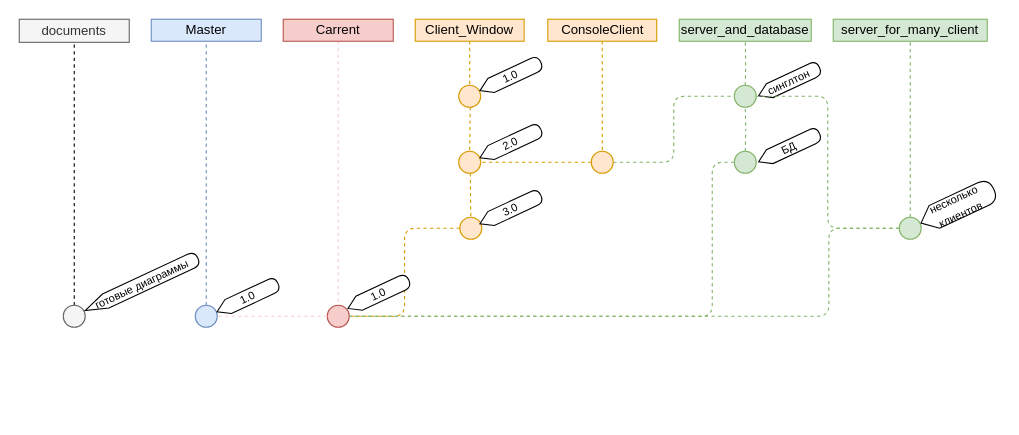
Earlier version of the draw.io diagram Gitflow диаграмма.drawio (Mark-Lender-241-3211/MyTeamProject). Source tidied: cells renumbered, new cells numbered last; positions are measured from the earlier drawing's top-left corner, leaving out a move shared by most shapes. Both pictures are drawn from the tidied source at 110%, with x=0, y=0 at pixel (19, 19).
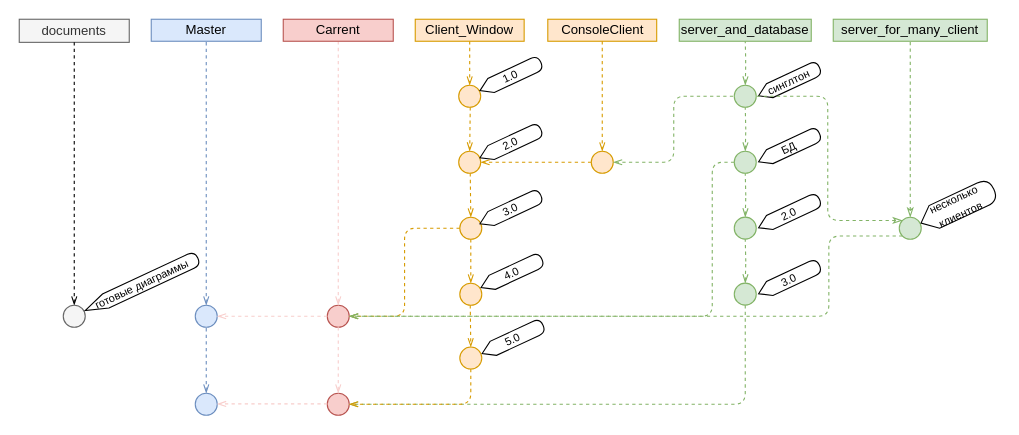
Above is the later version.

Unchanged cells that the change refers to:
```xml
<mxCell id="3" style="ellipse;whiteSpace=wrap;html=1;fillColor=#dae8fc;strokeColor=#6c8ebf;fontStyle=1;labelPosition=right;verticalLabelPosition=top;align=center;verticalAlign=bottom;fontColor=#0066CC;" parent="1" vertex="1">
  <mxGeometry x="160" y="260" width="20" height="20" as="geometry" />
</mxCell>
<mxCell id="4" value="Master" style="text;html=1;strokeColor=#6c8ebf;fillColor=#dae8fc;align=center;verticalAlign=middle;whiteSpace=wrap;rounded=0;" parent="1" vertex="1">
  <mxGeometry x="120" width="100" height="20" as="geometry" />
</mxCell>
<mxCell id="5" style="ellipse;whiteSpace=wrap;html=1;fillColor=#f8cecc;strokeColor=#b85450;" parent="1" vertex="1">
  <mxGeometry x="280" y="260" width="20" height="20" as="geometry" />
</mxCell>
<mxCell id="7" value="Carrent" style="text;html=1;strokeColor=#b85450;fillColor=#f8cecc;align=center;verticalAlign=middle;whiteSpace=wrap;rounded=0;" parent="1" vertex="1">
  <mxGeometry x="240" width="100" height="20" as="geometry" />
</mxCell>
<mxCell id="9" value="server_and_database" style="text;html=1;strokeColor=#82b366;fillColor=#d5e8d4;align=center;verticalAlign=middle;whiteSpace=wrap;rounded=0;" parent="1" vertex="1">
  <mxGeometry x="600" width="120" height="20" as="geometry" />
</mxCell>
<mxCell id="10" style="ellipse;whiteSpace=wrap;html=1;fontSize=10;labelPosition=right;verticalLabelPosition=top;align=centrt;verticalAlign=bottom;fillColor=#ffe6cc;strokeColor=#d79b00;fontColor=#FFB570;" parent="1" vertex="1">
  <mxGeometry x="399.5" y="60" width="20" height="20" as="geometry" />
</mxCell>
<mxCell id="12" value="Client_Window" style="text;html=1;strokeColor=#d79b00;fillColor=#ffe6cc;align=center;verticalAlign=middle;whiteSpace=wrap;rounded=0;fontSize=12;" parent="1" vertex="1">
  <mxGeometry x="360" width="99" height="20" as="geometry" />
</mxCell>
<mxCell id="13" value="server_for_many_client" style="text;html=1;strokeColor=#82b366;fillColor=#d5e8d4;align=center;verticalAlign=middle;whiteSpace=wrap;rounded=0;" parent="1" vertex="1">
  <mxGeometry x="740" width="140" height="20" as="geometry" />
</mxCell>
<mxCell id="14" value="documents" style="text;html=1;strokeColor=#666666;fillColor=#f5f5f5;align=center;verticalAlign=middle;whiteSpace=wrap;rounded=0;fontColor=#333333;" parent="1" vertex="1">
  <mxGeometry width="100" height="21" as="geometry" />
</mxCell>
<mxCell id="15" value="ConsoleClient" style="text;html=1;strokeColor=#d79b00;fillColor=#ffe6cc;align=center;verticalAlign=middle;whiteSpace=wrap;rounded=0;fontSize=12;" parent="1" vertex="1">
  <mxGeometry x="480.5" width="99" height="20" as="geometry" />
</mxCell>
<mxCell id="17" style="ellipse;whiteSpace=wrap;html=1;fontSize=10;fontColor=#333333;fillColor=#f5f5f5;strokeColor=#666666;" parent="1" vertex="1">
  <mxGeometry x="40" y="260" width="20" height="20" as="geometry" />
</mxCell>
<mxCell id="18" style="ellipse;whiteSpace=wrap;html=1;fontSize=10;labelPosition=right;verticalLabelPosition=top;align=center;verticalAlign=bottom;fillColor=#ffe6cc;strokeColor=#d79b00;fontColor=#FFB570;" parent="1" vertex="1">
  <mxGeometry x="520" y="120" width="20" height="20" as="geometry" />
</mxCell>
<mxCell id="21" style="ellipse;whiteSpace=wrap;html=1;fontSize=10;labelPosition=right;verticalLabelPosition=top;align=center;verticalAlign=bottom;fillColor=#d5e8d4;strokeColor=#82b366;fontColor=#82b366;" parent="1" vertex="1">
  <mxGeometry x="650" y="60" width="20" height="20" as="geometry" />
</mxCell>
<mxCell id="22" style="ellipse;whiteSpace=wrap;html=1;fontSize=10;labelPosition=right;verticalLabelPosition=top;align=center;verticalAlign=bottom;fillColor=#d5e8d4;strokeColor=#82b366;fontColor=#82b366;" parent="1" vertex="1">
  <mxGeometry x="800" y="180" width="20" height="20" as="geometry" />
</mxCell>
<mxCell id="25" style="ellipse;whiteSpace=wrap;html=1;fontSize=10;labelPosition=right;verticalLabelPosition=top;align=centrt;verticalAlign=bottom;fillColor=#ffe6cc;strokeColor=#d79b00;fontColor=#FFB570;" parent="1" vertex="1">
  <mxGeometry x="399.5" y="120" width="20" height="20" as="geometry" />
</mxCell>
<mxCell id="27" style="ellipse;whiteSpace=wrap;html=1;fontSize=10;labelPosition=right;verticalLabelPosition=top;align=centrt;verticalAlign=bottom;fillColor=#ffe6cc;strokeColor=#d79b00;fontColor=#FFB570;" parent="1" vertex="1">
  <mxGeometry x="400.5" y="180" width="20" height="20" as="geometry" />
</mxCell>
<mxCell id="32" style="ellipse;whiteSpace=wrap;html=1;fontSize=10;labelPosition=right;verticalLabelPosition=top;align=center;verticalAlign=bottom;fillColor=#d5e8d4;strokeColor=#82b366;fontColor=#82b366;" parent="1" vertex="1">
  <mxGeometry x="650" y="120" width="20" height="20" as="geometry" />
</mxCell>
```

Diff of the diagram source:
```diff
@@
-    <mxCell id="2" style="endArrow=none;dashed=1;html=1;fillColor=#dae8fc;strokeColor=#6c8ebf;exitX=0.5;exitY=0;exitDx=0;exitDy=0;" parent="1" edge="1" source="3" target="4">
+    <mxCell id="2" style="endArrow=none;dashed=1;html=1;fillColor=#dae8fc;strokeColor=#6c8ebf;exitX=0.5;exitY=0;exitDx=0;exitDy=0;endFill=0;startArrow=openThin;startFill=0;" parent="1" edge="1" source="3" target="4">
       <mxGeometry relative="1" as="geometry" />
     </mxCell>
@@
-    <mxCell id="6" style="endArrow=none;dashed=1;html=1;fillColor=#dae8fc;strokeColor=#f8cecc;exitX=0.5;exitY=1;exitDx=0;exitDy=0;" parent="1" edge="1" source="7" target="5">
+    <mxCell id="6" style="endArrow=openThin;dashed=1;html=1;fillColor=#dae8fc;strokeColor=#f8cecc;exitX=0.5;exitY=1;exitDx=0;exitDy=0;endFill=0;" parent="1" edge="1" source="7" target="5">
       <mxGeometry relative="1" as="geometry" />
     </mxCell>
@@
-    <mxCell id="8" style="edgeStyle=orthogonalEdgeStyle;rounded=1;jettySize=auto;html=1;dashed=1;endArrow=none;endFill=0;fillColor=#d5e8d4;strokeColor=#82b366;" parent="1" edge="1" target="9">
+    <mxCell id="8" style="edgeStyle=orthogonalEdgeStyle;rounded=1;jettySize=auto;html=1;dashed=1;endArrow=none;endFill=0;fillColor=#d5e8d4;strokeColor=#82b366;startFill=0;startArrow=openThin;" parent="1" edge="1" target="9">
       <mxGeometry relative="1" as="geometry">
         <mxPoint x="660" y="60" as="sourcePoint" />
       </mxGeometry>
     </mxCell>
@@
-    <mxCell id="11" style="endArrow=none;dashed=1;html=1;fillColor=#dae8fc;strokeColor=#d79b00;exitX=0.5;exitY=1;exitDx=0;exitDy=0;" parent="1" edge="1" source="12" target="10">
+    <mxCell id="11" style="endArrow=openThin;dashed=1;html=1;fillColor=#dae8fc;strokeColor=#d79b00;exitX=0.5;exitY=1;exitDx=0;exitDy=0;endFill=0;" parent="1" edge="1" source="12" target="10">
       <mxGeometry relative="1" as="geometry" />
     </mxCell>
@@
-    <mxCell id="16" style="edgeStyle=orthogonalEdgeStyle;rounded=1;jettySize=auto;html=1;dashed=1;endArrow=none;endFill=0;" parent="1" edge="1" source="17" target="14">
+    <mxCell id="16" style="edgeStyle=orthogonalEdgeStyle;rounded=1;jettySize=auto;html=1;dashed=1;endArrow=none;endFill=0;startArrow=openThin;startFill=0;" parent="1" edge="1" source="17" target="14">
       <mxGeometry relative="1" as="geometry" />
     </mxCell>
@@
-    <mxCell id="19" style="endArrow=none;dashed=1;html=1;fillColor=#dae8fc;strokeColor=#d79b00;exitX=0.5;exitY=1;exitDx=0;exitDy=0;" parent="1" edge="1" source="15" target="18">
+    <mxCell id="19" style="endArrow=openThin;dashed=1;html=1;fillColor=#dae8fc;strokeColor=#d79b00;exitX=0.5;exitY=1;exitDx=0;exitDy=0;endFill=0;" parent="1" edge="1" source="15" target="18">
       <mxGeometry relative="1" as="geometry" />
     </mxCell>
-    <mxCell id="20" style="edgeStyle=orthogonalEdgeStyle;rounded=1;jettySize=auto;html=1;dashed=1;endArrow=none;endFill=0;fillColor=#d5e8d4;strokeColor=#82b366;entryX=0.5;entryY=1;entryDx=0;entryDy=0;exitX=0.5;exitY=0;exitDx=0;exitDy=0;" parent="1" edge="1" source="22" target="13">
+    <mxCell id="20" style="edgeStyle=orthogonalEdgeStyle;rounded=1;jettySize=auto;html=1;dashed=1;endArrow=none;endFill=0;fillColor=#d5e8d4;strokeColor=#82b366;entryX=0.5;entryY=1;entryDx=0;entryDy=0;exitX=0.5;exitY=0;exitDx=0;exitDy=0;startArrow=classicThin;startFill=0;" parent="1" edge="1" source="22" target="13">
       <mxGeometry relative="1" as="geometry" />
     </mxCell>
@@
-    <mxCell id="26" style="endArrow=none;dashed=1;html=1;fillColor=#dae8fc;strokeColor=#d79b00;exitX=0.5;exitY=1;exitDx=0;exitDy=0;" parent="1" edge="1" target="25">
+    <mxCell id="26" style="endArrow=openThin;dashed=1;html=1;fillColor=#dae8fc;strokeColor=#d79b00;exitX=0.5;exitY=1;exitDx=0;exitDy=0;endFill=0;" parent="1" edge="1" target="25">
       <mxGeometry relative="1" as="geometry">
         <mxPoint x="410" y="80" as="sourcePoint" />
       </mxGeometry>
     </mxCell>
@@
-    <mxCell id="28" style="endArrow=none;dashed=1;html=1;fillColor=#dae8fc;strokeColor=#d79b00;exitX=0.5;exitY=1;exitDx=0;exitDy=0;edgeStyle=orthogonalEdgeStyle;" parent="1" edge="1" target="27">
+    <mxCell id="28" style="endArrow=openThin;dashed=1;html=1;fillColor=#dae8fc;strokeColor=#d79b00;exitX=0.5;exitY=1;exitDx=0;exitDy=0;edgeStyle=orthogonalEdgeStyle;endFill=0;" parent="1" edge="1" target="27">
       <mxGeometry relative="1" as="geometry">
         <mxPoint x="410" y="140" as="sourcePoint" />
       </mxGeometry>
     </mxCell>
@@
-    <mxCell id="31" style="edgeStyle=orthogonalEdgeStyle;rounded=1;orthogonalLoop=1;jettySize=auto;html=1;dashed=1;endArrow=none;endFill=0;fillColor=#d5e8d4;strokeColor=#82b366;" parent="1" edge="1">
+    <mxCell id="31" style="edgeStyle=orthogonalEdgeStyle;rounded=1;orthogonalLoop=1;jettySize=auto;html=1;dashed=1;endArrow=none;endFill=0;fillColor=#d5e8d4;strokeColor=#82b366;startFill=0;startArrow=openThin;" parent="1" edge="1">
       <mxGeometry relative="1" as="geometry">
         <mxPoint x="660" y="120" as="sourcePoint" />
         <mxPoint x="660" y="80" as="targetPoint" />
       </mxGeometry>
     </mxCell>
@@
-    <mxCell id="34" style="edgeStyle=orthogonalEdgeStyle;rounded=1;jettySize=auto;html=1;dashed=1;endArrow=none;endFill=0;fillColor=#d5e8d4;strokeColor=#82b366;entryX=1;entryY=0.5;entryDx=0;entryDy=0;exitX=0;exitY=0.5;exitDx=0;exitDy=0;" parent="1" edge="1" source="22" target="21">
+    <mxCell id="34" style="edgeStyle=orthogonalEdgeStyle;rounded=1;jettySize=auto;html=1;dashed=1;endArrow=none;endFill=0;fillColor=#d5e8d4;strokeColor=#82b366;entryX=1;entryY=0.5;entryDx=0;entryDy=0;exitX=0;exitY=0;exitDx=0;exitDy=0;startArrow=classicThin;startFill=0;" parent="1" edge="1" source="22" target="21">
       <mxGeometry relative="1" as="geometry" />
     </mxCell>
@@
-    <mxCell id="36" style="endArrow=none;dashed=1;html=1;fillColor=#dae8fc;strokeColor=#d79b00;exitX=0;exitY=0.5;exitDx=0;exitDy=0;edgeStyle=orthogonalEdgeStyle;entryX=1;entryY=0.5;entryDx=0;entryDy=0;" parent="1" edge="1" source="27" target="5">
+    <mxCell id="36" style="endArrow=openThin;dashed=1;html=1;fillColor=#dae8fc;strokeColor=#d79b00;exitX=0;exitY=0.5;exitDx=0;exitDy=0;edgeStyle=orthogonalEdgeStyle;entryX=1;entryY=0.5;entryDx=0;entryDy=0;endFill=0;" parent="1" edge="1" source="27" target="5">
       <mxGeometry relative="1" as="geometry" />
     </mxCell>
-    <mxCell id="37" style="edgeStyle=orthogonalEdgeStyle;rounded=1;jettySize=auto;html=1;dashed=1;endArrow=none;endFill=0;fillColor=#d5e8d4;strokeColor=#82b366;entryX=1;entryY=0.5;entryDx=0;entryDy=0;exitX=0;exitY=0.5;exitDx=0;exitDy=0;" parent="1" edge="1" source="22" target="5">
+    <mxCell id="37" style="edgeStyle=orthogonalEdgeStyle;rounded=1;jettySize=auto;html=1;dashed=1;endArrow=openThin;endFill=0;fillColor=#d5e8d4;strokeColor=#82b366;entryX=1;entryY=0.5;entryDx=0;entryDy=0;exitX=0;exitY=1;exitDx=0;exitDy=0;" parent="1" edge="1" source="22" target="5">
       <mxGeometry relative="1" as="geometry">
         <Array as="points">
-          <mxPoint x="736" y="190" />
+          <mxPoint x="736" y="197" />
           <mxPoint x="736" y="270" />
         </Array>
       </mxGeometry>
     </mxCell>
-    <mxCell id="38" style="edgeStyle=orthogonalEdgeStyle;rounded=1;jettySize=auto;html=1;dashed=1;endArrow=none;endFill=0;fillColor=#d5e8d4;strokeColor=#82b366;entryX=1;entryY=0.5;entryDx=0;entryDy=0;exitX=0;exitY=0.5;exitDx=0;exitDy=0;" parent="1" edge="1" source="32" target="5">
+    <mxCell id="38" style="edgeStyle=orthogonalEdgeStyle;rounded=1;jettySize=auto;html=1;dashed=1;endArrow=openThin;endFill=0;fillColor=#d5e8d4;strokeColor=#82b366;entryX=1;entryY=0.5;entryDx=0;entryDy=0;exitX=0;exitY=0.5;exitDx=0;exitDy=0;" parent="1" edge="1" source="32" target="5">
       <mxGeometry relative="1" as="geometry">
         <Array as="points">
           <mxPoint x="630" y="130" />
           <mxPoint x="630" y="270" />
         </Array>
       </mxGeometry>
     </mxCell>
-    <mxCell id="39" value="&lt;font style=&quot;font-size: 10px;&quot;&gt;1.0&lt;br&gt;&lt;/font&gt;" style="shape=display;whiteSpace=wrap;html=1;rotation=-25;size=0.18278688524590314;" parent="1" vertex="1">
-      <mxGeometry x="296" y="243" width="61" height="14" as="geometry" />
-    </mxCell>
-    <mxCell id="40" value="&lt;font style=&quot;font-size: 10px;&quot;&gt;1.0&lt;br&gt;&lt;/font&gt;" style="shape=display;whiteSpace=wrap;html=1;rotation=-25;size=0.18278688524590314;" parent="1" vertex="1">
-      <mxGeometry x="177" y="246" width="61" height="14" as="geometry" />
-    </mxCell>
-    <mxCell id="41" style="endArrow=none;dashed=1;html=1;fillColor=#dae8fc;strokeColor=#f8cecc;exitX=0;exitY=0.5;exitDx=0;exitDy=0;entryX=1;entryY=0.5;entryDx=0;entryDy=0;" parent="1" edge="1" source="5" target="3">
+    <mxCell id="41" style="endArrow=openThin;dashed=1;html=1;fillColor=#dae8fc;strokeColor=#f8cecc;exitX=0;exitY=0.5;exitDx=0;exitDy=0;entryX=1;entryY=0.5;entryDx=0;entryDy=0;endFill=0;" parent="1" edge="1" source="5" target="3">
       <mxGeometry relative="1" as="geometry" />
     </mxCell>
@@
-    <mxCell id="43" style="edgeStyle=orthogonalEdgeStyle;rounded=1;jettySize=auto;html=1;dashed=1;endArrow=none;endFill=0;fillColor=#d5e8d4;strokeColor=#82b366;entryX=0;entryY=0.5;entryDx=0;entryDy=0;exitX=1;exitY=0.5;exitDx=0;exitDy=0;" parent="1" edge="1" source="18" target="21">
+    <mxCell id="43" style="edgeStyle=orthogonalEdgeStyle;rounded=1;jettySize=auto;html=1;dashed=1;endArrow=none;endFill=0;fillColor=#d5e8d4;strokeColor=#82b366;entryX=0;entryY=0.5;entryDx=0;entryDy=0;exitX=1;exitY=0.5;exitDx=0;exitDy=0;startArrow=openThin;startFill=0;" parent="1" edge="1" source="18" target="21">
       <mxGeometry relative="1" as="geometry" />
     </mxCell>
-    <mxCell id="44" style="endArrow=none;dashed=1;html=1;fillColor=#dae8fc;strokeColor=#d79b00;entryX=1;entryY=0.5;entryDx=0;entryDy=0;exitX=0;exitY=0.5;exitDx=0;exitDy=0;" parent="1" edge="1" source="18" target="25">
+    <mxCell id="44" style="endArrow=openThin;dashed=1;html=1;fillColor=#dae8fc;strokeColor=#d79b00;entryX=1;entryY=0.5;entryDx=0;entryDy=0;exitX=0;exitY=0.5;exitDx=0;exitDy=0;endFill=0;" parent="1" edge="1" source="18" target="25">
       <mxGeometry relative="1" as="geometry" />
     </mxCell>
+    <mxCell id="45" style="ellipse;whiteSpace=wrap;html=1;fontSize=10;labelPosition=right;verticalLabelPosition=top;align=centrt;verticalAlign=bottom;fillColor=#ffe6cc;strokeColor=#d79b00;fontColor=#FFB570;" parent="1" vertex="1">
+      <mxGeometry x="400.5" y="240" width="20" height="20" as="geometry" />
+    </mxCell>
+    <mxCell id="46" style="endArrow=openThin;dashed=1;html=1;fillColor=#dae8fc;strokeColor=#d79b00;exitX=0.5;exitY=1;exitDx=0;exitDy=0;edgeStyle=orthogonalEdgeStyle;entryX=0.5;entryY=0;entryDx=0;entryDy=0;endFill=0;" parent="1" edge="1" source="27" target="45">
+      <mxGeometry relative="1" as="geometry" />
+    </mxCell>
+    <mxCell id="47" value="&lt;font style=&quot;font-size: 10px;&quot;&gt;4.0&lt;br&gt;&lt;/font&gt;" style="shape=display;whiteSpace=wrap;html=1;rotation=-25;size=0.18278688524590314;" parent="1" vertex="1">
+      <mxGeometry x="417" y="224" width="61" height="14" as="geometry" />
+    </mxCell>
+    <mxCell id="48" style="ellipse;whiteSpace=wrap;html=1;fontSize=10;labelPosition=right;verticalLabelPosition=top;align=centrt;verticalAlign=bottom;fillColor=#ffe6cc;strokeColor=#d79b00;fontColor=#FFB570;" parent="1" vertex="1">
+      <mxGeometry x="400.5" y="298" width="20" height="20" as="geometry" />
+    </mxCell>
+    <mxCell id="49" style="endArrow=openThin;dashed=1;html=1;fillColor=#dae8fc;strokeColor=#d79b00;exitX=0.5;exitY=1;exitDx=0;exitDy=0;edgeStyle=orthogonalEdgeStyle;entryX=0.5;entryY=0;entryDx=0;entryDy=0;endFill=0;" parent="1" edge="1" target="48">
+      <mxGeometry relative="1" as="geometry">
+        <mxPoint x="410" y="260" as="sourcePoint" />
+      </mxGeometry>
+    </mxCell>
+    <mxCell id="50" value="&lt;font style=&quot;font-size: 10px;&quot;&gt;5.0&lt;br&gt;&lt;/font&gt;" style="shape=display;whiteSpace=wrap;html=1;rotation=-25;size=0.18278688524590314;" parent="1" vertex="1">
+      <mxGeometry x="418" y="284" width="61" height="14" as="geometry" />
+    </mxCell>
+    <mxCell id="51" style="edgeStyle=orthogonalEdgeStyle;rounded=1;orthogonalLoop=1;jettySize=auto;html=1;dashed=1;endArrow=none;endFill=0;fillColor=#d5e8d4;strokeColor=#82b366;startFill=0;startArrow=openThin;" parent="1" edge="1">
+      <mxGeometry relative="1" as="geometry">
+        <mxPoint x="660" y="179.9" as="sourcePoint" />
+        <mxPoint x="660" y="139.9" as="targetPoint" />
+      </mxGeometry>
+    </mxCell>
+    <mxCell id="52" style="ellipse;whiteSpace=wrap;html=1;fontSize=10;labelPosition=right;verticalLabelPosition=top;align=center;verticalAlign=bottom;fillColor=#d5e8d4;strokeColor=#82b366;fontColor=#82b366;" parent="1" vertex="1">
+      <mxGeometry x="650" y="179.9" width="20" height="20" as="geometry" />
+    </mxCell>
+    <mxCell id="53" value="&lt;font style=&quot;font-size: 10px;&quot;&gt;2.0&lt;/font&gt;" style="shape=display;whiteSpace=wrap;html=1;rotation=-25;size=0.18278688524590314;" parent="1" vertex="1">
+      <mxGeometry x="669.3" y="169.6" width="61" height="14" as="geometry" />
+    </mxCell>
+    <mxCell id="54" style="edgeStyle=orthogonalEdgeStyle;rounded=1;orthogonalLoop=1;jettySize=auto;html=1;dashed=1;endArrow=none;endFill=0;fillColor=#d5e8d4;strokeColor=#82b366;startFill=0;startArrow=openThin;" parent="1" edge="1">
+      <mxGeometry relative="1" as="geometry">
+        <mxPoint x="660" y="239.9" as="sourcePoint" />
+        <mxPoint x="660" y="199.9" as="targetPoint" />
+      </mxGeometry>
+    </mxCell>
+    <mxCell id="55" style="ellipse;whiteSpace=wrap;html=1;fontSize=10;labelPosition=right;verticalLabelPosition=top;align=center;verticalAlign=bottom;fillColor=#d5e8d4;strokeColor=#82b366;fontColor=#82b366;" parent="1" vertex="1">
+      <mxGeometry x="650" y="239.9" width="20" height="20" as="geometry" />
+    </mxCell>
+    <mxCell id="56" value="&lt;font style=&quot;font-size: 10px;&quot;&gt;3.0&lt;/font&gt;" style="shape=display;whiteSpace=wrap;html=1;rotation=-25;size=0.18278688524590314;" parent="1" vertex="1">
+      <mxGeometry x="669.3" y="229.6" width="61" height="14" as="geometry" />
+    </mxCell>
+    <mxCell id="57" style="ellipse;whiteSpace=wrap;html=1;fillColor=#f8cecc;strokeColor=#b85450;" parent="1" vertex="1">
+      <mxGeometry x="280" y="340" width="20" height="20" as="geometry" />
+    </mxCell>
+    <mxCell id="58" style="endArrow=openThin;dashed=1;html=1;fillColor=#dae8fc;strokeColor=#f8cecc;endFill=0;" parent="1" edge="1" target="57">
+      <mxGeometry relative="1" as="geometry">
+        <mxPoint x="290" y="280" as="sourcePoint" />
+      </mxGeometry>
+    </mxCell>
+    <mxCell id="59" style="endArrow=none;dashed=1;html=1;fillColor=#dae8fc;strokeColor=#6c8ebf;exitX=0.5;exitY=0;exitDx=0;exitDy=0;endFill=0;startArrow=openThin;startFill=0;" parent="1" edge="1" source="60">
+      <mxGeometry relative="1" as="geometry">
+        <mxPoint x="170" y="280" as="targetPoint" />
+      </mxGeometry>
+    </mxCell>
+    <mxCell id="60" style="ellipse;whiteSpace=wrap;html=1;fillColor=#dae8fc;strokeColor=#6c8ebf;fontStyle=1;labelPosition=right;verticalLabelPosition=top;align=center;verticalAlign=bottom;fontColor=#0066CC;" parent="1" vertex="1">
+      <mxGeometry x="160" y="340" width="20" height="20" as="geometry" />
+    </mxCell>
+    <mxCell id="61" style="edgeStyle=orthogonalEdgeStyle;rounded=1;jettySize=auto;html=1;dashed=1;endArrow=openThin;endFill=0;fillColor=#d5e8d4;strokeColor=#82b366;exitX=0.5;exitY=1;exitDx=0;exitDy=0;" parent="1" edge="1" source="55">
+      <mxGeometry relative="1" as="geometry">
+        <mxPoint x="300" y="350" as="targetPoint" />
+        <Array as="points">
+          <mxPoint x="660" y="350" />
+        </Array>
+      </mxGeometry>
+    </mxCell>
+    <mxCell id="62" style="endArrow=openThin;dashed=1;html=1;fillColor=#dae8fc;strokeColor=#d79b00;exitX=0.5;exitY=1;exitDx=0;exitDy=0;edgeStyle=orthogonalEdgeStyle;entryX=1;entryY=0.5;entryDx=0;entryDy=0;endFill=0;" parent="1" edge="1" source="48" target="57">
+      <mxGeometry relative="1" as="geometry" />
+    </mxCell>
+    <mxCell id="63" style="endArrow=openThin;dashed=1;html=1;fillColor=#dae8fc;strokeColor=#f8cecc;exitX=0;exitY=0.5;exitDx=0;exitDy=0;entryX=1;entryY=0.5;entryDx=0;entryDy=0;endFill=0;" parent="1" edge="1">
+      <mxGeometry relative="1" as="geometry">
+        <mxPoint x="280" y="349.7" as="sourcePoint" />
+        <mxPoint x="180" y="349.7" as="targetPoint" />
+      </mxGeometry>
+    </mxCell>
```
